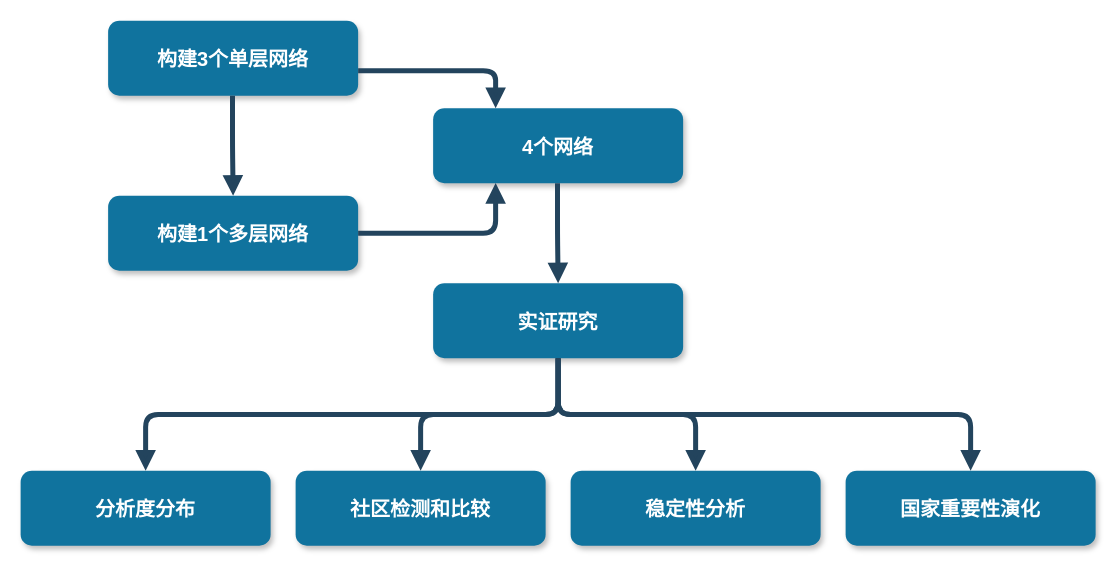
Above: Untitled Diagram.drawio in mc-zheng/subtitles (draw.io), before the change. Source tidied: cells renumbered, new cells numbered last; positions are measured from the earlier drawing's top-left corner, leaving out a move shared by most shapes. Both pictures are drawn from the tidied source at 125%, with x=0, y=0 at pixel (20, 20).
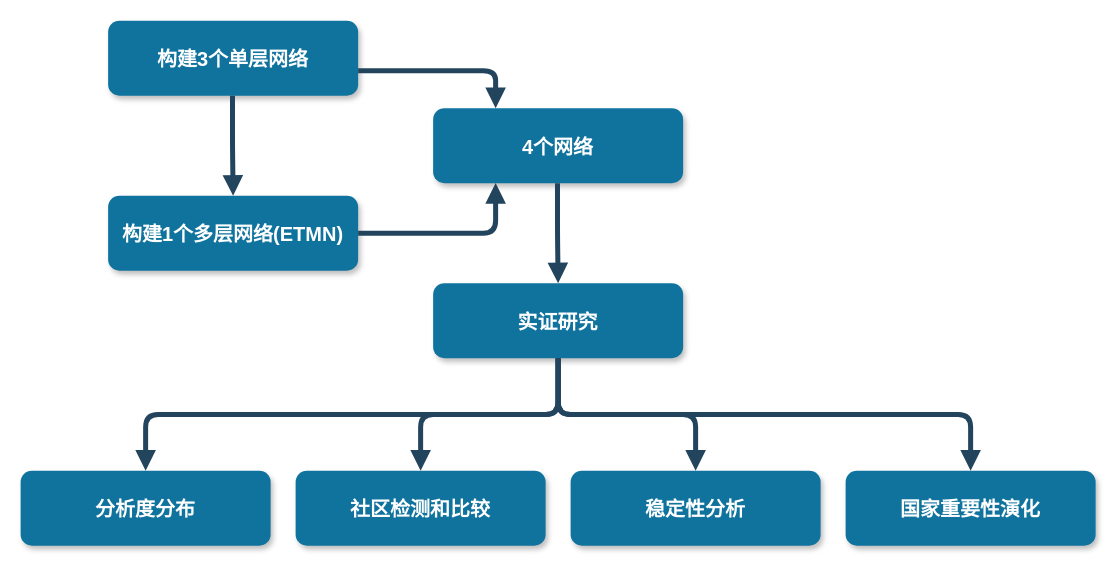
The same diagram, later.

The edit, as a diff of the source:
```diff
@@
-    <mxCell id="2" value="构建1个多层网络" style="rounded=1;fillColor=#10739E;strokeColor=none;shadow=1;gradientColor=none;fontStyle=1;fontColor=#FFFFFF;fontSize=16;" parent="1" vertex="1">
+    <mxCell id="2" value="构建1个多层网络(ETMN)" style="rounded=1;fillColor=#10739E;strokeColor=none;shadow=1;gradientColor=none;fontStyle=1;fontColor=#FFFFFF;fontSize=16;" parent="1" vertex="1">
       <mxGeometry x="70" y="140" width="200" height="60" as="geometry" />
     </mxCell>
```
